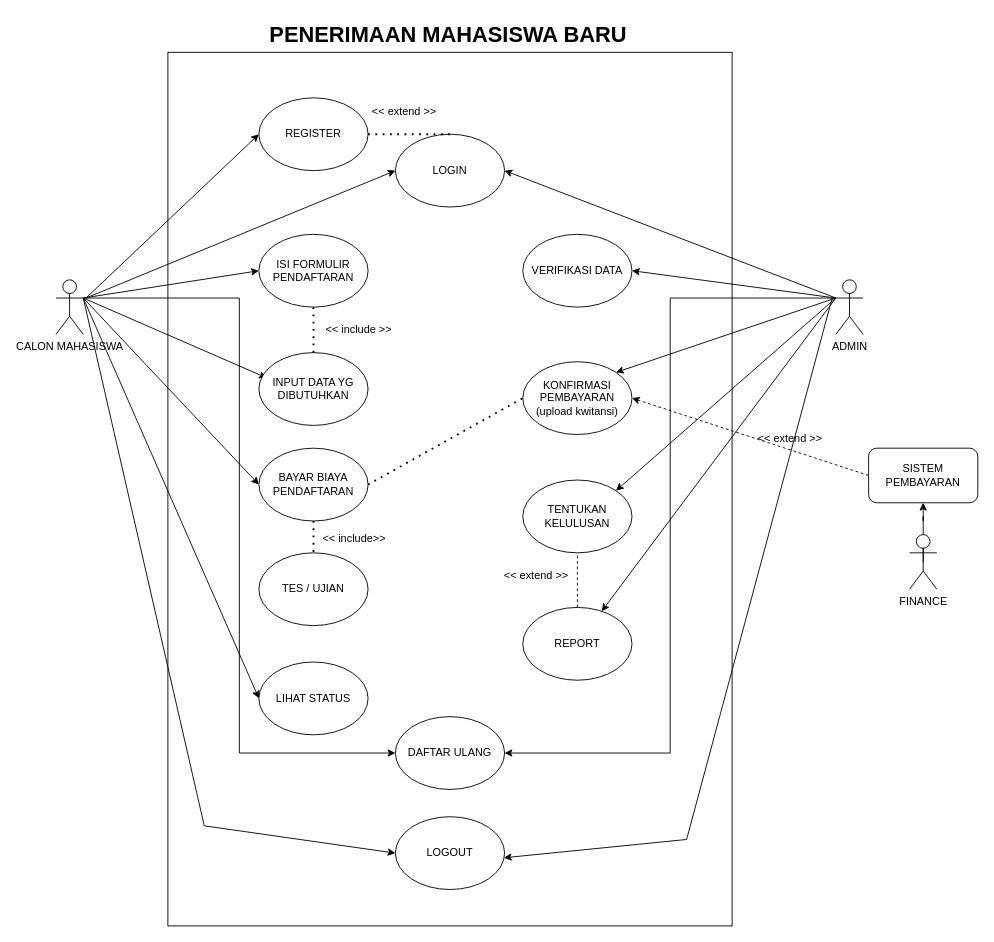
Above: page "Page-1" (1 of 2) of pmb/PMB.drawio in hanatrp/analisis-dan-perancangan-sistem (draw.io), before the change. Source tidied: cells renumbered, new cells numbered last; positions are measured from the earlier drawing's top-left corner, leaving out a move shared by most shapes. Both pictures are drawn from the tidied source at 91%, with x=0, y=0 at pixel (56, 15).
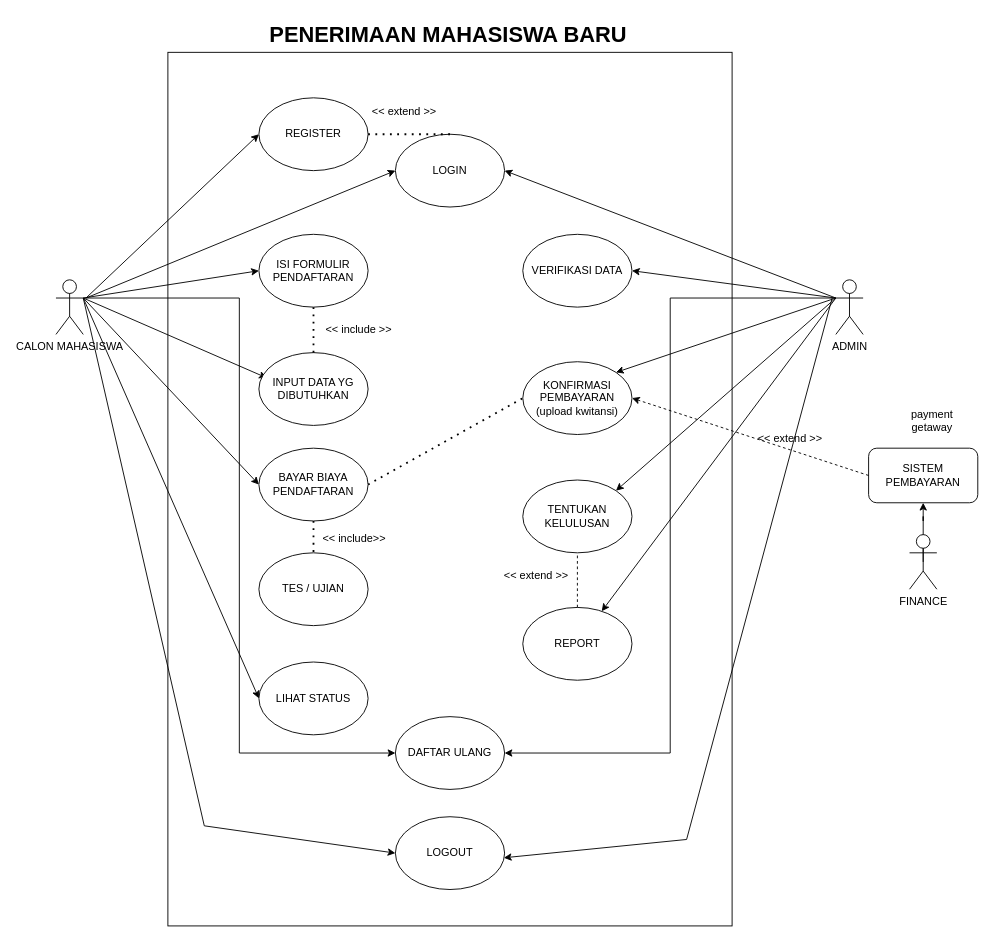
The same diagram, later.

Change to the diagram source:
```diff
@@
+    <mxCell id="48" value="payment getaway" style="text;html=1;whiteSpace=wrap;strokeColor=none;fillColor=none;align=center;verticalAlign=middle;rounded=0;" parent="1" vertex="1">
+      <mxGeometry x="933" y="430" width="60" height="30" as="geometry" />
+    </mxCell>
```
